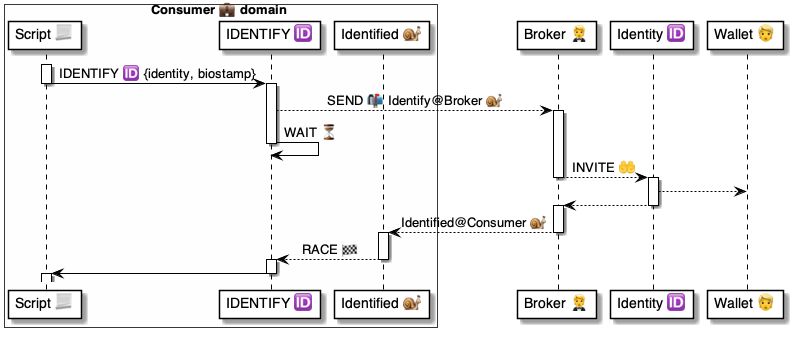
The PlantUML diagram 4 ⚙️ Solution/41 🎭 Domain Roles/Consumers 💼/💼⌘ Consumer cmds/IDENTIFY 🆔/🆔 IDENTIFY ⚙️ uml.png in pollyweb-org/pollyweb-docs, before a commit. Its source is kept beside it as 4 ⚙️ Solution/41 🎭 Domain Roles/Consumers 💼/💼⌘ Consumer cmds/IDENTIFY 🆔/🆔 IDENTIFY ⚙️ uml.puml.
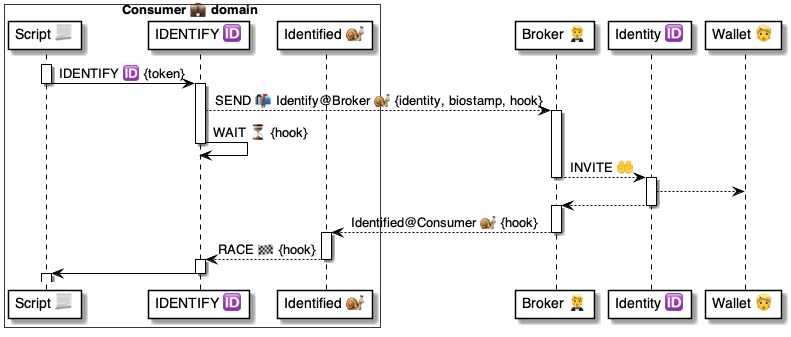
After the change.

Change to the diagram source:
```diff
@@ -9,14 +9,15 @@
 participant "Identity 🆔" as identity
 participant "Wallet 👱" as wallet
 
+
 activate script
-    script -> identify: IDENTIFY 🆔 {identity, biostamp}
+    script -> identify: IDENTIFY 🆔 {token}
 deactivate script
 
 activate identify
-    identify --> broker: SEND 📬 Identify@Broker 🐌
+    identify --> broker: SEND 📬 Identify@Broker 🐌 {identity, biostamp, hook}
 activate broker
-    identify -> identify: WAIT ⏳
+    identify -> identify: WAIT ⏳ {hook}
 deactivate identify
 
     broker --> identity: INVITE 🤲
@@ -28,11 +29,11 @@
 deactivate identity
 
 activate broker
-    broker --> identified: Identified@Consumer 🐌
+    broker --> identified: Identified@Consumer 🐌 {hook}
 deactivate broker
 
 activate identified
-    identified --> identify: RACE 🏁
+    identified --> identify: RACE 🏁 {hook}
 deactivate identified
 
 activate identify
```
